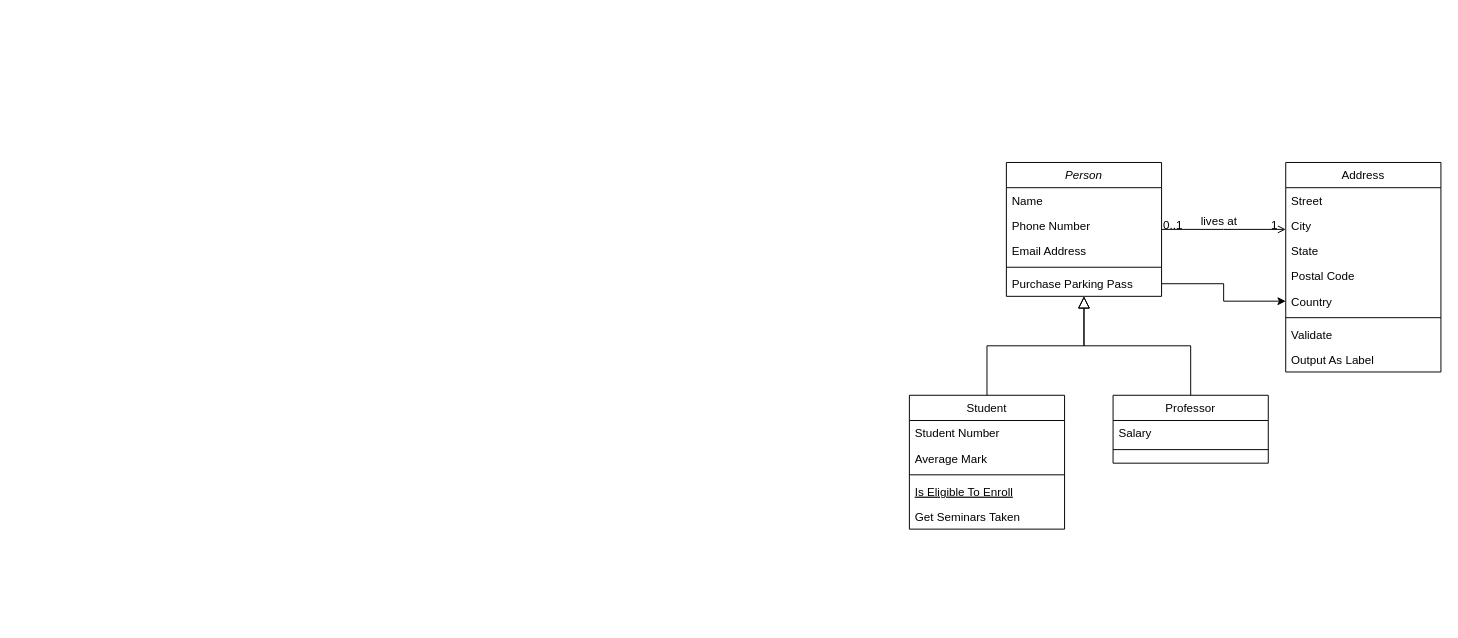
Above: ClassDiagram.drawio in Zif1519/PersonalProject2 (draw.io), before the change. Source tidied: cells renumbered, new cells numbered last; positions are measured from the earlier drawing's top-left corner, leaving out a move shared by most shapes. Both pictures are drawn from the tidied source at 97%, with x=0, y=0 at pixel (909, 162).
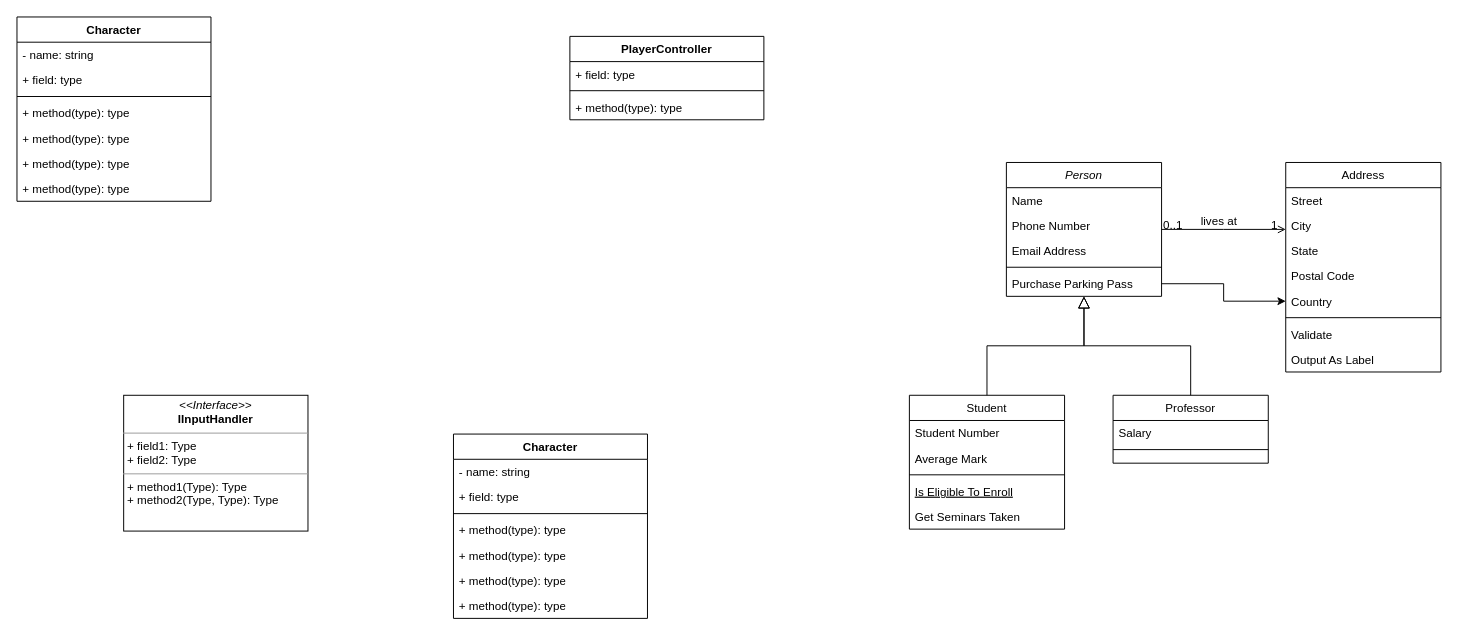
Above is the later version.

What changed in the source:
```diff
@@
+    <mxCell id="33" value="Character" style="swimlane;fontStyle=1;align=center;verticalAlign=top;horizontal=1;startSize=26;whiteSpace=wrap;html=1;" parent="1" vertex="1">
+      <mxGeometry x="-920" y="-150" width="200" height="190" as="geometry" />
+    </mxCell>
+    <mxCell id="34" value="- name: string" style="text;strokeColor=none;fillColor=none;align=left;verticalAlign=top;spacingLeft=4;spacingRight=4;overflow=hidden;whiteSpace=wrap;html=1;" parent="33" vertex="1">
+      <mxGeometry y="26" width="200" height="26" as="geometry" />
+    </mxCell>
+    <mxCell id="35" value="+ field: type" style="text;strokeColor=none;fillColor=none;align=left;verticalAlign=top;spacingLeft=4;spacingRight=4;overflow=hidden;whiteSpace=wrap;html=1;" parent="33" vertex="1">
+      <mxGeometry y="52" width="200" height="26" as="geometry" />
+    </mxCell>
+    <mxCell id="36" style="line;strokeWidth=1;fillColor=none;align=left;verticalAlign=middle;spacingTop=-1;spacingLeft=3;spacingRight=3;labelPosition=right;strokeColor=inherit;" parent="33" vertex="1">
+      <mxGeometry y="78" width="200" height="8" as="geometry" />
+    </mxCell>
+    <mxCell id="37" value="+ method(type): type" style="text;strokeColor=none;fillColor=none;align=left;verticalAlign=top;spacingLeft=4;spacingRight=4;overflow=hidden;whiteSpace=wrap;html=1;" parent="33" vertex="1">
+      <mxGeometry y="86" width="200" height="26" as="geometry" />
+    </mxCell>
+    <mxCell id="38" value="+ method(type): type" style="text;strokeColor=none;fillColor=none;align=left;verticalAlign=top;spacingLeft=4;spacingRight=4;overflow=hidden;whiteSpace=wrap;html=1;" parent="33" vertex="1">
+      <mxGeometry y="112" width="200" height="26" as="geometry" />
+    </mxCell>
+    <mxCell id="39" value="+ method(type): type" style="text;strokeColor=none;fillColor=none;align=left;verticalAlign=top;spacingLeft=4;spacingRight=4;overflow=hidden;whiteSpace=wrap;html=1;" parent="33" vertex="1">
+      <mxGeometry y="138" width="200" height="26" as="geometry" />
+    </mxCell>
+    <mxCell id="40" value="+ method(type): type" style="text;strokeColor=none;fillColor=none;align=left;verticalAlign=top;spacingLeft=4;spacingRight=4;overflow=hidden;whiteSpace=wrap;html=1;" parent="33" vertex="1">
+      <mxGeometry y="164" width="200" height="26" as="geometry" />
+    </mxCell>
+    <mxCell id="41" value="PlayerController" style="swimlane;fontStyle=1;align=center;verticalAlign=top;horizontal=1;startSize=26;whiteSpace=wrap;html=1;" parent="1" vertex="1">
+      <mxGeometry x="-350" y="-130" width="200" height="86" as="geometry" />
+    </mxCell>
+    <mxCell id="42" value="+ field: type" style="text;strokeColor=none;fillColor=none;align=left;verticalAlign=top;spacingLeft=4;spacingRight=4;overflow=hidden;whiteSpace=wrap;html=1;" parent="41" vertex="1">
+      <mxGeometry y="26" width="200" height="26" as="geometry" />
+    </mxCell>
+    <mxCell id="43" style="line;strokeWidth=1;fillColor=none;align=left;verticalAlign=middle;spacingTop=-1;spacingLeft=3;spacingRight=3;labelPosition=right;strokeColor=inherit;" parent="41" vertex="1">
+      <mxGeometry y="52" width="200" height="8" as="geometry" />
+    </mxCell>
+    <mxCell id="44" value="+ method(type): type" style="text;strokeColor=none;fillColor=none;align=left;verticalAlign=top;spacingLeft=4;spacingRight=4;overflow=hidden;whiteSpace=wrap;html=1;" parent="41" vertex="1">
+      <mxGeometry y="60" width="200" height="26" as="geometry" />
+    </mxCell>
+    <mxCell id="45" value="Character" style="swimlane;fontStyle=1;align=center;verticalAlign=top;horizontal=1;startSize=26;whiteSpace=wrap;html=1;" parent="1" vertex="1">
+      <mxGeometry x="-470" y="280" width="200" height="190" as="geometry" />
+    </mxCell>
+    <mxCell id="46" value="- name: string" style="text;strokeColor=none;fillColor=none;align=left;verticalAlign=top;spacingLeft=4;spacingRight=4;overflow=hidden;whiteSpace=wrap;html=1;" parent="45" vertex="1">
+      <mxGeometry y="26" width="200" height="26" as="geometry" />
+    </mxCell>
+    <mxCell id="47" value="+ field: type" style="text;strokeColor=none;fillColor=none;align=left;verticalAlign=top;spacingLeft=4;spacingRight=4;overflow=hidden;whiteSpace=wrap;html=1;" parent="45" vertex="1">
+      <mxGeometry y="52" width="200" height="26" as="geometry" />
+    </mxCell>
+    <mxCell id="48" style="line;strokeWidth=1;fillColor=none;align=left;verticalAlign=middle;spacingTop=-1;spacingLeft=3;spacingRight=3;labelPosition=right;strokeColor=inherit;" parent="45" vertex="1">
+      <mxGeometry y="78" width="200" height="8" as="geometry" />
+    </mxCell>
+    <mxCell id="49" value="+ method(type): type" style="text;strokeColor=none;fillColor=none;align=left;verticalAlign=top;spacingLeft=4;spacingRight=4;overflow=hidden;whiteSpace=wrap;html=1;" parent="45" vertex="1">
+      <mxGeometry y="86" width="200" height="26" as="geometry" />
+    </mxCell>
+    <mxCell id="50" value="+ method(type): type" style="text;strokeColor=none;fillColor=none;align=left;verticalAlign=top;spacingLeft=4;spacingRight=4;overflow=hidden;whiteSpace=wrap;html=1;" parent="45" vertex="1">
+      <mxGeometry y="112" width="200" height="26" as="geometry" />
+    </mxCell>
+    <mxCell id="51" value="+ method(type): type" style="text;strokeColor=none;fillColor=none;align=left;verticalAlign=top;spacingLeft=4;spacingRight=4;overflow=hidden;whiteSpace=wrap;html=1;" parent="45" vertex="1">
+      <mxGeometry y="138" width="200" height="26" as="geometry" />
+    </mxCell>
+    <mxCell id="52" value="+ method(type): type" style="text;strokeColor=none;fillColor=none;align=left;verticalAlign=top;spacingLeft=4;spacingRight=4;overflow=hidden;whiteSpace=wrap;html=1;" parent="45" vertex="1">
+      <mxGeometry y="164" width="200" height="26" as="geometry" />
+    </mxCell>
+    <mxCell id="53" value="&lt;p style=&quot;margin:0px;margin-top:4px;text-align:center;&quot;&gt;&lt;i&gt;&amp;lt;&amp;lt;Interface&amp;gt;&amp;gt;&lt;/i&gt;&lt;br&gt;&lt;b&gt;IInputHandler&lt;/b&gt;&lt;/p&gt;&lt;hr size=&quot;1&quot;&gt;&lt;p style=&quot;margin:0px;margin-left:4px;&quot;&gt;+ field1: Type&lt;br&gt;+ field2: Type&lt;/p&gt;&lt;hr size=&quot;1&quot;&gt;&lt;p style=&quot;margin:0px;margin-left:4px;&quot;&gt;+ method1(Type): Type&lt;br&gt;+ method2(Type, Type): Type&lt;/p&gt;" style="verticalAlign=top;align=left;overflow=fill;fontSize=12;fontFamily=Helvetica;html=1;whiteSpace=wrap;" parent="1" vertex="1">
+      <mxGeometry x="-810" y="240" width="190" height="140" as="geometry" />
+    </mxCell>
```
